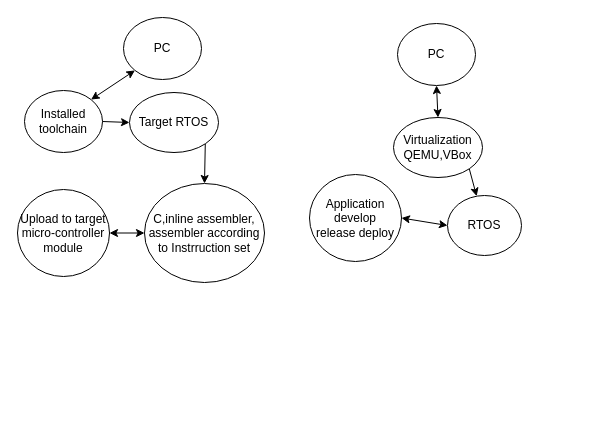
Before: drafts/RTOS_overview.drawio in vrstanchev/Research-papers, a draw.io diagram. Source tidied: cells renumbered, new cells numbered last; positions are measured from the earlier drawing's top-left corner, leaving out a move shared by most shapes. Both pictures are drawn from the tidied source at 100%, with x=0, y=0 at pixel (17, 17).
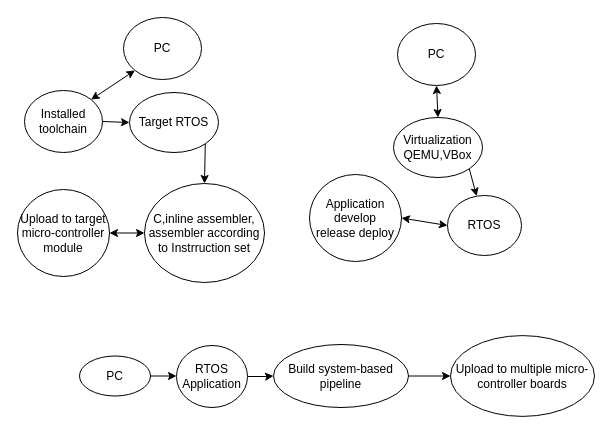
Above is the later version.

The edit, as a diff of the source:
```diff
@@
+    <mxCell id="18" style="edgeStyle=orthogonalEdgeStyle;rounded=0;jettySize=auto;html=1;exitX=1;exitY=0.5;exitDx=0;exitDy=0;entryX=0;entryY=0.5;entryDx=0;entryDy=0;" parent="1" edge="1" source="19" target="21">
+      <mxGeometry relative="1" as="geometry" />
+    </mxCell>
+    <mxCell id="19" value="PC" style="ellipse;whiteSpace=wrap;html=1;" parent="1" vertex="1">
+      <mxGeometry x="62" y="338.5" width="71" height="40" as="geometry" />
+    </mxCell>
+    <mxCell id="20" style="edgeStyle=orthogonalEdgeStyle;rounded=0;jettySize=auto;html=1;" parent="1" edge="1" source="21" target="23">
+      <mxGeometry relative="1" as="geometry" />
+    </mxCell>
+    <mxCell id="21" value="RTOS Application" style="ellipse;whiteSpace=wrap;html=1;" parent="1" vertex="1">
+      <mxGeometry x="159" y="328" width="71" height="62" as="geometry" />
+    </mxCell>
+    <mxCell id="22" style="edgeStyle=orthogonalEdgeStyle;rounded=0;jettySize=auto;html=1;" parent="1" edge="1" source="23" target="24">
+      <mxGeometry relative="1" as="geometry" />
+    </mxCell>
+    <mxCell id="23" value="Build system-based pipeline" style="ellipse;whiteSpace=wrap;html=1;" parent="1" vertex="1">
+      <mxGeometry x="256" y="327" width="135" height="63" as="geometry" />
+    </mxCell>
+    <mxCell id="24" value="Upload to multiple micro-controller boards" style="ellipse;whiteSpace=wrap;html=1;" parent="1" vertex="1">
+      <mxGeometry x="433" y="318.1" width="144" height="80.8" as="geometry" />
+    </mxCell>
```
